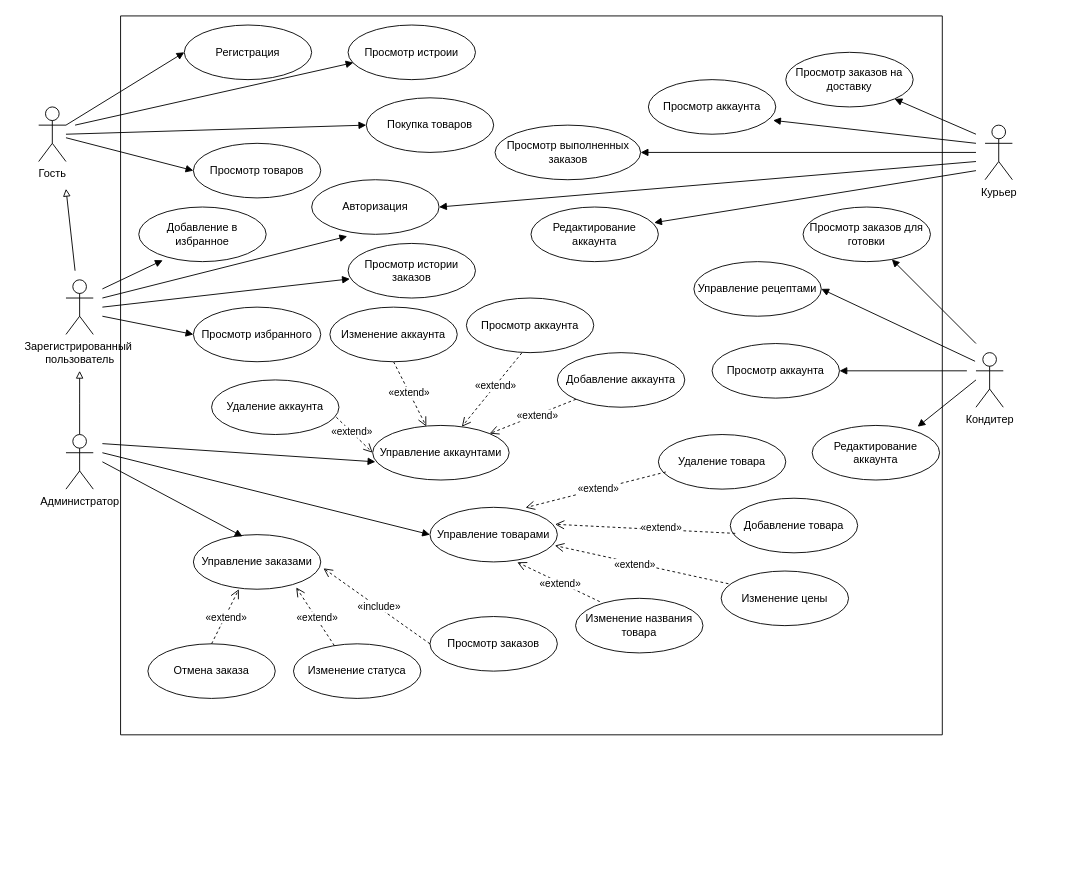
The draw.io diagram docs/diagrams/Диаграмма прецедентов.drawio in NikvaseN/degree-work, before the edit. Source tidied: cells renumbered, new cells numbered last; positions are measured from the earlier drawing's top-left corner, leaving out a move shared by most shapes. Both pictures are drawn from the tidied source at 91%, with x=0, y=0 at pixel (38, 15).
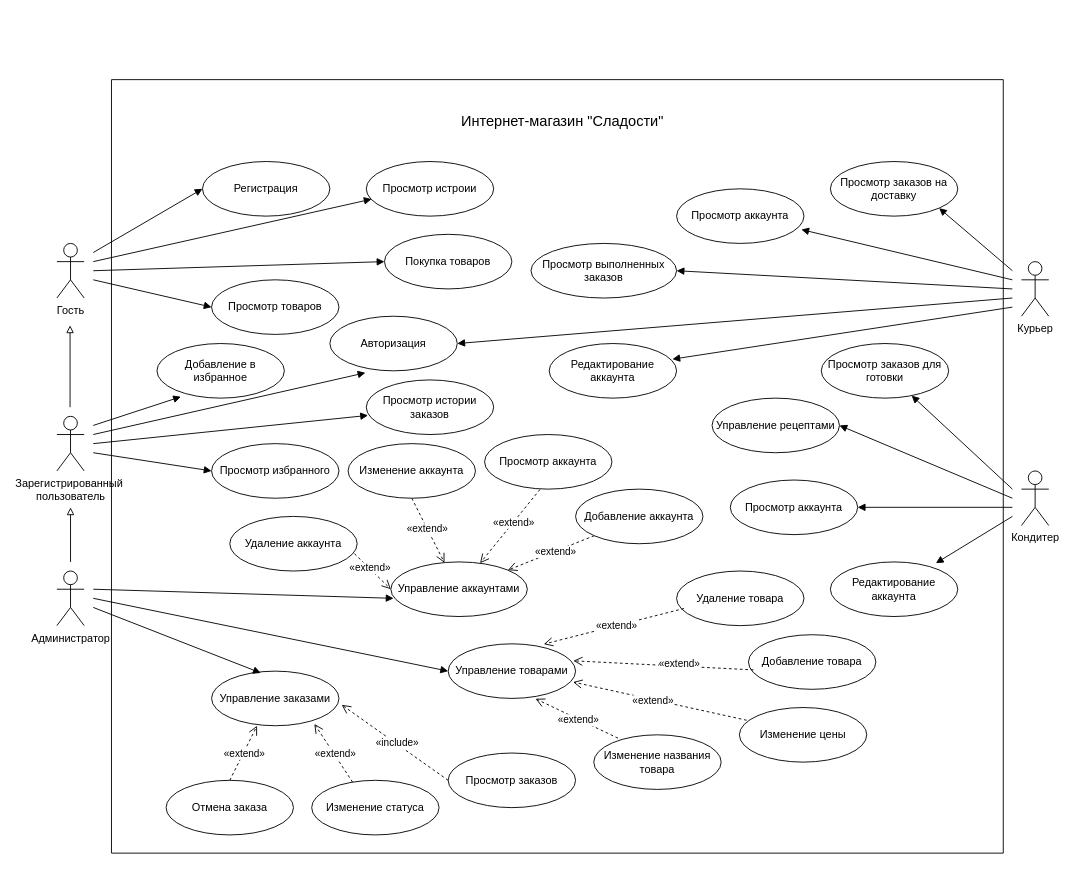
After the change.

What changed in the source:
```diff
@@
+    <mxCell id="19" style="swimlane;startSize=0;fontSize=14;" parent="1" vertex="1">
+      <mxGeometry x="80" y="70" width="980" height="850" as="geometry" />
+    </mxCell>
-    <mxCell id="2" value="Гость" style="shape=umlActor;verticalLabelPosition=bottom;verticalAlign=top;html=1;outlineConnect=0;" parent="1" vertex="1">
-      <mxGeometry y="100" width="30" height="60" as="geometry" />
+    <mxCell id="2" value="Гость" style="shape=umlActor;verticalLabelPosition=bottom;verticalAlign=top;html=1;outlineConnect=0;" parent="19" vertex="1">
+      <mxGeometry x="-60" y="180" width="30" height="60" as="geometry" />
     </mxCell>
-    <mxCell id="3" value="Зарегистрированный&amp;nbsp;&lt;br&gt;пользователь" style="shape=umlActor;verticalLabelPosition=bottom;verticalAlign=top;html=1;" parent="1" vertex="1">
-      <mxGeometry x="30" y="290" width="30" height="60" as="geometry" />
-    </mxCell>
-    <mxCell id="4" style="edgeStyle=orthogonalEdgeStyle;rounded=0;jettySize=auto;html=1;endArrow=block;endFill=0;" parent="1" edge="1" source="5">
+    <mxCell id="4" style="edgeStyle=orthogonalEdgeStyle;rounded=0;orthogonalLoop=1;jettySize=auto;html=1;endArrow=block;endFill=0;" parent="19" edge="1">
       <mxGeometry relative="1" as="geometry">
-        <mxPoint x="45" y="390" as="targetPoint" />
+        <mxPoint x="-45" y="530" as="sourcePoint" />
+        <mxPoint x="-45" y="470" as="targetPoint" />
       </mxGeometry>
     </mxCell>
-    <mxCell id="5" value="Администратор" style="shape=umlActor;verticalLabelPosition=bottom;verticalAlign=top;html=1;outlineConnect=0;" parent="1" vertex="1">
-      <mxGeometry x="30" y="460" width="30" height="60" as="geometry" />
-    </mxCell>
-    <mxCell id="6" style="endArrow=block;html=1;rounded=0;entryX=0;entryY=0.5;entryDx=0;entryDy=0;endFill=1;" parent="1" edge="1" target="51">
+    <mxCell id="6" style="endArrow=block;html=1;rounded=0;entryX=0;entryY=0.5;entryDx=0;entryDy=0;endFill=1;" parent="19" edge="1" target="51">
       <mxGeometry relative="1" as="geometry">
-        <mxPoint x="30" y="120" as="sourcePoint" />
+        <mxPoint x="-20" y="190" as="sourcePoint" />
       </mxGeometry>
     </mxCell>
-    <mxCell id="7" style="endArrow=block;html=1;rounded=0;entryX=0;entryY=0.5;entryDx=0;entryDy=0;endFill=1;" parent="1" edge="1" target="55">
+    <mxCell id="7" style="endArrow=block;html=1;rounded=0;entryX=0;entryY=0.5;entryDx=0;entryDy=0;endFill=1;" parent="19" edge="1" target="55">
       <mxGeometry relative="1" as="geometry">
-        <mxPoint x="70" y="330" as="sourcePoint" />
+        <mxPoint x="-20" y="410" as="sourcePoint" />
       </mxGeometry>
     </mxCell>
-    <mxCell id="8" style="endArrow=block;html=1;rounded=0;endFill=1;entryX=0;entryY=0.5;entryDx=0;entryDy=0;" parent="1" edge="1" source="2" target="50">
-      <mxGeometry relative="1" as="geometry" />
+    <mxCell id="8" style="endArrow=block;html=1;rounded=0;endFill=1;entryX=0;entryY=0.5;entryDx=0;entryDy=0;" parent="19" edge="1" target="50">
+      <mxGeometry relative="1" as="geometry">
+        <mxPoint x="-20" y="220" as="sourcePoint" />
+      </mxGeometry>
     </mxCell>
-    <mxCell id="9" style="endArrow=block;html=1;rounded=0;entryX=0;entryY=0.5;entryDx=0;entryDy=0;endFill=1;" parent="1" edge="1" target="49">
+    <mxCell id="9" style="endArrow=block;html=1;rounded=0;entryX=0;entryY=0.5;entryDx=0;entryDy=0;endFill=1;" parent="19" edge="1" target="49">
       <mxGeometry relative="1" as="geometry">
-        <mxPoint x="30" y="130" as="sourcePoint" />
+        <mxPoint x="-20" y="210" as="sourcePoint" />
       </mxGeometry>
     </mxCell>
-    <mxCell id="10" style="endArrow=block;html=1;rounded=0;entryX=0;entryY=0.5;entryDx=0;entryDy=0;endFill=1;" parent="1" edge="1" target="24">
+    <mxCell id="10" style="endArrow=block;html=1;rounded=0;entryX=0;entryY=0.5;entryDx=0;entryDy=0;endFill=1;" parent="19" edge="1" target="24">
       <mxGeometry relative="1" as="geometry">
-        <mxPoint x="70" y="480" as="sourcePoint" />
+        <mxPoint x="-20" y="570" as="sourcePoint" />
       </mxGeometry>
     </mxCell>
-    <mxCell id="11" value="Управление аккаунтами" style="ellipse;whiteSpace=wrap;html=1;" parent="1" vertex="1">
-      <mxGeometry x="367" y="450" width="150" height="60" as="geometry" />
+    <mxCell id="11" value="Управление аккаунтами" style="ellipse;whiteSpace=wrap;html=1;" parent="19" vertex="1">
+      <mxGeometry x="307" y="530" width="150" height="60" as="geometry" />
     </mxCell>
-    <mxCell id="12" style="html=1;verticalAlign=bottom;endArrow=open;dashed=1;endSize=8;rounded=0;exitX=0;exitY=1;exitDx=0;exitDy=0;" parent="1" edge="1" source="22" target="11">
+    <mxCell id="12" style="html=1;verticalAlign=bottom;endArrow=open;dashed=1;endSize=8;rounded=0;exitX=0;exitY=1;exitDx=0;exitDy=0;" parent="19" edge="1" source="22" target="11">
       <mxGeometry relative="1" as="geometry" />
     </mxCell>
@@
-    <mxCell id="14" style="html=1;verticalAlign=bottom;endArrow=open;dashed=1;endSize=8;rounded=0;exitX=0.5;exitY=1;exitDx=0;exitDy=0;entryX=0.393;entryY=0.017;entryDx=0;entryDy=0;entryPerimeter=0;" parent="1" edge="1" source="21" target="11">
+    <mxCell id="14" style="html=1;verticalAlign=bottom;endArrow=open;dashed=1;endSize=8;rounded=0;exitX=0.5;exitY=1;exitDx=0;exitDy=0;entryX=0.393;entryY=0.017;entryDx=0;entryDy=0;entryPerimeter=0;" parent="19" edge="1" source="21" target="11">
       <mxGeometry relative="1" as="geometry" />
     </mxCell>
@@
-    <mxCell id="16" style="html=1;verticalAlign=bottom;endArrow=open;dashed=1;endSize=8;rounded=0;exitX=0.979;exitY=0.683;exitDx=0;exitDy=0;entryX=0;entryY=0.5;entryDx=0;entryDy=0;exitPerimeter=0;" parent="1" edge="1" source="20" target="11">
+    <mxCell id="16" style="html=1;verticalAlign=bottom;endArrow=open;dashed=1;endSize=8;rounded=0;exitX=0.979;exitY=0.683;exitDx=0;exitDy=0;entryX=0;entryY=0.5;entryDx=0;entryDy=0;exitPerimeter=0;" parent="19" edge="1" source="20" target="11">
       <mxGeometry relative="1" as="geometry" />
     </mxCell>
@@
-    <mxCell id="18" style="endArrow=block;html=1;rounded=0;endFill=1;" parent="1" edge="1">
+    <mxCell id="18" style="endArrow=block;html=1;rounded=0;endFill=1;" parent="19" edge="1">
       <mxGeometry relative="1" as="geometry">
-        <mxPoint x="70" y="470" as="sourcePoint" />
-        <mxPoint x="370" y="490" as="targetPoint" />
+        <mxPoint x="-20" y="560" as="sourcePoint" />
+        <mxPoint x="310" y="570" as="targetPoint" />
       </mxGeometry>
     </mxCell>
-    <mxCell id="19" style="swimlane;startSize=0;" parent="1" vertex="1">
-      <mxGeometry x="90" width="903" height="790" as="geometry" />
-    </mxCell>
     <mxCell id="20" value="Удаление аккаунта" style="ellipse;whiteSpace=wrap;html=1;" parent="19" vertex="1">
-      <mxGeometry x="100" y="400" width="140" height="60" as="geometry" />
+      <mxGeometry x="130" y="480" width="140" height="60" as="geometry" />
     </mxCell>
     <mxCell id="21" value="Изменение аккаунта" style="ellipse;whiteSpace=wrap;html=1;" parent="19" vertex="1">
-      <mxGeometry x="230" y="320" width="140" height="60" as="geometry" />
+      <mxGeometry x="260" y="400" width="140" height="60" as="geometry" />
     </mxCell>
     <mxCell id="22" value="Добавление аккаунта" style="ellipse;whiteSpace=wrap;html=1;" parent="19" vertex="1">
-      <mxGeometry x="480" y="370" width="140" height="60" as="geometry" />
+      <mxGeometry x="510" y="450" width="140" height="60" as="geometry" />
     </mxCell>
     <mxCell id="23" value="Просмотр аккаунта" style="ellipse;whiteSpace=wrap;html=1;" parent="19" vertex="1">
-      <mxGeometry x="380" y="310" width="140" height="60" as="geometry" />
+      <mxGeometry x="410" y="390" width="140" height="60" as="geometry" />
     </mxCell>
     <mxCell id="24" value="Управление товарами" style="ellipse;whiteSpace=wrap;html=1;" parent="19" vertex="1">
-      <mxGeometry x="340" y="540" width="140" height="60" as="geometry" />
+      <mxGeometry x="370" y="620" width="140" height="60" as="geometry" />
     </mxCell>
     <mxCell id="25" value="Добавление товара" style="ellipse;whiteSpace=wrap;html=1;" parent="19" vertex="1">
-      <mxGeometry x="670" y="530" width="140" height="60" as="geometry" />
+      <mxGeometry x="700" y="610" width="140" height="60" as="geometry" />
     </mxCell>
     <mxCell id="26" value="Изменение цены" style="ellipse;whiteSpace=wrap;html=1;" parent="19" vertex="1">
-      <mxGeometry x="660" y="610" width="140" height="60" as="geometry" />
+      <mxGeometry x="690" y="690" width="140" height="60" as="geometry" />
     </mxCell>
     <mxCell id="27" value="Изменение названия товара" style="ellipse;whiteSpace=wrap;html=1;" parent="19" vertex="1">
-      <mxGeometry x="500" y="640" width="140" height="60" as="geometry" />
+      <mxGeometry x="530" y="720" width="140" height="60" as="geometry" />
     </mxCell>
     <mxCell id="28" value="Удаление товара" style="ellipse;whiteSpace=wrap;html=1;" parent="19" vertex="1">
-      <mxGeometry x="591" y="460" width="140" height="60" as="geometry" />
+      <mxGeometry x="621" y="540" width="140" height="60" as="geometry" />
     </mxCell>
@@
     <mxCell id="37" value="Просмотр заказов на доставку" style="ellipse;whiteSpace=wrap;html=1;" parent="19" vertex="1">
-      <mxGeometry x="731" y="40" width="140" height="60" as="geometry" />
+      <mxGeometry x="790" y="90" width="140" height="60" as="geometry" />
     </mxCell>
     <mxCell id="38" value="Управление заказами" style="ellipse;whiteSpace=wrap;html=1;" parent="19" vertex="1">
-      <mxGeometry x="80" y="570" width="140" height="60" as="geometry" />
+      <mxGeometry x="110" y="650" width="140" height="60" as="geometry" />
     </mxCell>
     <mxCell id="39" value="Отмена заказа" style="ellipse;whiteSpace=wrap;html=1;" parent="19" vertex="1">
-      <mxGeometry x="30" y="690" width="140" height="60" as="geometry" />
+      <mxGeometry x="60" y="770" width="140" height="60" as="geometry" />
     </mxCell>
@@
     <mxCell id="42" value="Изменение статуса" style="ellipse;whiteSpace=wrap;html=1;" parent="19" vertex="1">
-      <mxGeometry x="190" y="690" width="140" height="60" as="geometry" />
+      <mxGeometry x="220" y="770" width="140" height="60" as="geometry" />
     </mxCell>
@@
     <mxCell id="45" value="Просмотр заказов" style="ellipse;whiteSpace=wrap;html=1;" parent="19" vertex="1">
-      <mxGeometry x="340" y="660" width="140" height="60" as="geometry" />
+      <mxGeometry x="370" y="740" width="140" height="60" as="geometry" />
     </mxCell>
@@
     <mxCell id="48" value="Просмотр истории заказов" style="ellipse;whiteSpace=wrap;html=1;" parent="19" vertex="1">
-      <mxGeometry x="250" y="250" width="140" height="60" as="geometry" />
+      <mxGeometry x="280" y="330" width="140" height="60" as="geometry" />
     </mxCell>
     <mxCell id="49" value="Покупка товаров" style="ellipse;whiteSpace=wrap;html=1;" parent="19" vertex="1">
-      <mxGeometry x="270" y="90" width="140" height="60" as="geometry" />
+      <mxGeometry x="300" y="170" width="140" height="60" as="geometry" />
     </mxCell>
     <mxCell id="50" value="Просмотр товаров" style="ellipse;whiteSpace=wrap;html=1;" parent="19" vertex="1">
-      <mxGeometry x="80" y="140" width="140" height="60" as="geometry" />
+      <mxGeometry x="110" y="220" width="140" height="60" as="geometry" />
     </mxCell>
     <mxCell id="51" value="Регистрация" style="ellipse;whiteSpace=wrap;html=1;" parent="19" vertex="1">
-      <mxGeometry x="70" y="10" width="140" height="60" as="geometry" />
+      <mxGeometry x="100" y="90" width="140" height="60" as="geometry" />
     </mxCell>
     <mxCell id="52" value="Добавление в избранное" style="ellipse;whiteSpace=wrap;html=1;" parent="19" vertex="1">
-      <mxGeometry x="20" y="210" width="140" height="60" as="geometry" />
+      <mxGeometry x="50" y="290" width="140" height="60" as="geometry" />
     </mxCell>
     <mxCell id="53" value="Авторизация" style="ellipse;whiteSpace=wrap;html=1;" parent="19" vertex="1">
-      <mxGeometry x="210" y="180" width="140" height="60" as="geometry" />
+      <mxGeometry x="240" y="260" width="140" height="60" as="geometry" />
     </mxCell>
     <mxCell id="54" value="Просмотр аккаунта" style="ellipse;whiteSpace=wrap;html=1;" parent="19" vertex="1">
-      <mxGeometry x="580" y="70" width="140" height="60" as="geometry" />
+      <mxGeometry x="621" y="120" width="140" height="60" as="geometry" />
     </mxCell>
     <mxCell id="55" value="Просмотр избранного" style="ellipse;whiteSpace=wrap;html=1;" parent="19" vertex="1">
-      <mxGeometry x="80" y="320" width="140" height="60" as="geometry" />
+      <mxGeometry x="110" y="400" width="140" height="60" as="geometry" />
     </mxCell>
     <mxCell id="56" value="Просмотр выполненных заказов" style="ellipse;whiteSpace=wrap;html=1;" parent="19" vertex="1">
-      <mxGeometry x="411.5" y="120" width="160" height="60" as="geometry" />
+      <mxGeometry x="461" y="180" width="160" height="60" as="geometry" />
     </mxCell>
     <mxCell id="57" style="endArrow=block;html=1;rounded=0;entryX=1;entryY=0.5;entryDx=0;entryDy=0;endFill=1;" parent="19" edge="1" target="53">
       <mxGeometry relative="1" as="geometry">
-        <mxPoint x="940" y="160" as="sourcePoint" />
+        <mxPoint x="990" y="240" as="sourcePoint" />
       </mxGeometry>
     </mxCell>
     <mxCell id="58" style="endArrow=block;html=1;rounded=0;entryX=1;entryY=0.5;entryDx=0;entryDy=0;endFill=1;" parent="19" edge="1" target="56">
       <mxGeometry relative="1" as="geometry">
-        <mxPoint x="940" y="150" as="sourcePoint" />
+        <mxPoint x="990" y="230" as="sourcePoint" />
       </mxGeometry>
     </mxCell>
     <mxCell id="59" style="endArrow=block;html=1;rounded=0;entryX=0.979;entryY=0.746;entryDx=0;entryDy=0;endFill=1;entryPerimeter=0;" parent="19" edge="1" target="54">
       <mxGeometry relative="1" as="geometry">
-        <mxPoint x="940" y="140" as="sourcePoint" />
+        <mxPoint x="990" y="220" as="sourcePoint" />
       </mxGeometry>
     </mxCell>
     <mxCell id="60" style="endArrow=block;html=1;rounded=0;entryX=1;entryY=1;entryDx=0;entryDy=0;endFill=1;" parent="19" edge="1" target="37">
       <mxGeometry relative="1" as="geometry">
-        <mxPoint x="940" y="130" as="sourcePoint" />
+        <mxPoint x="990" y="210" as="sourcePoint" />
       </mxGeometry>
     </mxCell>
     <mxCell id="61" value="Просмотр истроии" style="ellipse;whiteSpace=wrap;html=1;" parent="19" vertex="1">
-      <mxGeometry x="250" y="10" width="140" height="60" as="geometry" />
+      <mxGeometry x="280" y="90" width="140" height="60" as="geometry" />
     </mxCell>
     <mxCell id="62" value="Редактирование аккаунта" style="ellipse;whiteSpace=wrap;html=1;" parent="19" vertex="1">
-      <mxGeometry x="451" y="210" width="140" height="60" as="geometry" />
+      <mxGeometry x="481" y="290" width="140" height="60" as="geometry" />
     </mxCell>
     <mxCell id="63" value="Просмотр заказов для готовки" style="ellipse;whiteSpace=wrap;html=1;" parent="19" vertex="1">
-      <mxGeometry x="750" y="210" width="140" height="60" as="geometry" />
+      <mxGeometry x="780" y="290" width="140" height="60" as="geometry" />
     </mxCell>
     <mxCell id="64" value="Управление рецептами" style="ellipse;whiteSpace=wrap;html=1;" parent="19" vertex="1">
-      <mxGeometry x="630" y="270" width="140" height="60" as="geometry" />
+      <mxGeometry x="660" y="350" width="140" height="60" as="geometry" />
     </mxCell>
     <mxCell id="65" value="Редактирование аккаунта" style="ellipse;whiteSpace=wrap;html=1;" parent="19" vertex="1">
-      <mxGeometry x="760" y="450" width="140" height="60" as="geometry" />
+      <mxGeometry x="790" y="530" width="140" height="60" as="geometry" />
     </mxCell>
     <mxCell id="66" value="Просмотр аккаунта" style="ellipse;whiteSpace=wrap;html=1;" parent="19" vertex="1">
-      <mxGeometry x="650" y="360" width="140" height="60" as="geometry" />
+      <mxGeometry x="680" y="440" width="140" height="60" as="geometry" />
     </mxCell>
-    <mxCell id="67" style="endArrow=block;html=1;rounded=0;endFill=0;" parent="1" edge="1">
-      <mxGeometry relative="1" as="geometry">
-        <mxPoint x="40" y="280" as="sourcePoint" />
-        <mxPoint x="30" y="190" as="targetPoint" />
-      </mxGeometry>
-    </mxCell>
-    <mxCell id="68" style="html=1;verticalAlign=bottom;endArrow=open;dashed=1;endSize=8;rounded=0;exitX=0.435;exitY=1.006;exitDx=0;exitDy=0;exitPerimeter=0;" parent="1" edge="1" source="23" target="11">
+    <mxCell id="68" style="html=1;verticalAlign=bottom;endArrow=open;dashed=1;endSize=8;rounded=0;exitX=0.435;exitY=1.006;exitDx=0;exitDy=0;exitPerimeter=0;" parent="19" edge="1" source="23" target="11">
       <mxGeometry relative="1" as="geometry" />
     </mxCell>
@@
-    <mxCell id="70" style="endArrow=block;html=1;rounded=0;entryX=0.386;entryY=0.033;entryDx=0;entryDy=0;endFill=1;entryPerimeter=0;" parent="1" edge="1" target="38">
+    <mxCell id="70" style="endArrow=block;html=1;rounded=0;entryX=0.386;entryY=0.033;entryDx=0;entryDy=0;endFill=1;entryPerimeter=0;" parent="19" edge="1" target="38">
       <mxGeometry relative="1" as="geometry">
-        <mxPoint x="70" y="490" as="sourcePoint" />
+        <mxPoint x="-20" y="580" as="sourcePoint" />
       </mxGeometry>
     </mxCell>
-    <mxCell id="71" style="endArrow=block;html=1;rounded=0;entryX=0.014;entryY=0.65;entryDx=0;entryDy=0;endFill=1;entryPerimeter=0;" parent="1" edge="1" target="48">
+    <mxCell id="71" style="endArrow=block;html=1;rounded=0;entryX=0.014;entryY=0.65;entryDx=0;entryDy=0;endFill=1;entryPerimeter=0;" parent="19" edge="1" target="48">
       <mxGeometry relative="1" as="geometry">
-        <mxPoint x="70" y="320" as="sourcePoint" />
+        <mxPoint x="-20" y="400" as="sourcePoint" />
       </mxGeometry>
     </mxCell>
-    <mxCell id="72" style="endArrow=block;html=1;rounded=0;entryX=0.188;entryY=0.975;entryDx=0;entryDy=0;endFill=1;entryPerimeter=0;" parent="1" edge="1" target="52">
+    <mxCell id="72" style="endArrow=block;html=1;rounded=0;entryX=0.188;entryY=0.975;entryDx=0;entryDy=0;endFill=1;entryPerimeter=0;" parent="19" edge="1" target="52">
       <mxGeometry relative="1" as="geometry">
-        <mxPoint x="70" y="300" as="sourcePoint" />
+        <mxPoint x="-20" y="380" as="sourcePoint" />
       </mxGeometry>
     </mxCell>
-    <mxCell id="73" style="endArrow=block;html=1;rounded=0;entryX=0.279;entryY=1.036;entryDx=0;entryDy=0;endFill=1;entryPerimeter=0;" parent="1" edge="1" target="53">
+    <mxCell id="73" style="endArrow=block;html=1;rounded=0;entryX=0.279;entryY=1.036;entryDx=0;entryDy=0;endFill=1;entryPerimeter=0;" parent="19" edge="1" target="53">
       <mxGeometry relative="1" as="geometry">
-        <mxPoint x="70" y="310" as="sourcePoint" />
+        <mxPoint x="-20" y="390" as="sourcePoint" />
       </mxGeometry>
     </mxCell>
-    <mxCell id="74" value="Курьер" style="shape=umlActor;verticalLabelPosition=bottom;verticalAlign=top;html=1;" parent="1" vertex="1">
-      <mxGeometry x="1040" y="120" width="30" height="60" as="geometry" />
-    </mxCell>
-    <mxCell id="75" style="endArrow=block;html=1;rounded=0;entryX=0.042;entryY=0.689;entryDx=0;entryDy=0;endFill=1;entryPerimeter=0;" parent="1" edge="1" target="61">
+    <mxCell id="75" style="endArrow=block;html=1;rounded=0;entryX=0.042;entryY=0.689;entryDx=0;entryDy=0;endFill=1;entryPerimeter=0;" parent="19" edge="1" target="61">
       <mxGeometry relative="1" as="geometry">
-        <mxPoint x="40" y="120" as="sourcePoint" />
+        <mxPoint x="-20" y="200" as="sourcePoint" />
       </mxGeometry>
     </mxCell>
-    <mxCell id="76" style="endArrow=block;html=1;rounded=0;entryX=0.967;entryY=0.287;entryDx=0;entryDy=0;endFill=1;entryPerimeter=0;" parent="1" edge="1" target="62">
+    <mxCell id="76" style="endArrow=block;html=1;rounded=0;entryX=0.967;entryY=0.287;entryDx=0;entryDy=0;endFill=1;entryPerimeter=0;" parent="19" edge="1" target="62">
       <mxGeometry relative="1" as="geometry">
-        <mxPoint x="1030" y="170" as="sourcePoint" />
+        <mxPoint x="990" y="250" as="sourcePoint" />
       </mxGeometry>
     </mxCell>
-    <mxCell id="77" value="Кондитер" style="shape=umlActor;verticalLabelPosition=bottom;verticalAlign=top;html=1;" parent="1" vertex="1">
-      <mxGeometry x="1030" y="370" width="30" height="60" as="geometry" />
-    </mxCell>
-    <mxCell id="78" style="endArrow=block;html=1;rounded=0;endFill=1;" parent="1" edge="1" target="63">
+    <mxCell id="78" style="endArrow=block;html=1;rounded=0;endFill=1;" parent="19" edge="1" target="63">
       <mxGeometry relative="1" as="geometry">
-        <mxPoint x="1030" y="360" as="sourcePoint" />
+        <mxPoint x="990" y="450" as="sourcePoint" />
       </mxGeometry>
     </mxCell>
-    <mxCell id="79" style="endArrow=block;html=1;rounded=0;endFill=1;entryX=1;entryY=0.5;entryDx=0;entryDy=0;" parent="1" edge="1" target="64">
+    <mxCell id="79" style="endArrow=block;html=1;rounded=0;endFill=1;entryX=1;entryY=0.5;entryDx=0;entryDy=0;" parent="19" edge="1" target="64">
       <mxGeometry relative="1" as="geometry">
-        <mxPoint x="1029" y="379.5" as="sourcePoint" />
+        <mxPoint x="990" y="460" as="sourcePoint" />
       </mxGeometry>
     </mxCell>
-    <mxCell id="80" style="endArrow=block;html=1;rounded=0;endFill=1;entryX=1;entryY=0.5;entryDx=0;entryDy=0;" parent="1" edge="1" target="66">
+    <mxCell id="80" style="endArrow=block;html=1;rounded=0;endFill=1;entryX=1;entryY=0.5;entryDx=0;entryDy=0;" parent="19" edge="1" target="66">
       <mxGeometry relative="1" as="geometry">
-        <mxPoint x="1020" y="390" as="sourcePoint" />
+        <mxPoint x="990" y="470" as="sourcePoint" />
       </mxGeometry>
     </mxCell>
-    <mxCell id="81" style="endArrow=block;html=1;rounded=0;endFill=1;entryX=0.828;entryY=0.023;entryDx=0;entryDy=0;entryPerimeter=0;" parent="1" edge="1" target="65">
+    <mxCell id="81" style="endArrow=block;html=1;rounded=0;endFill=1;entryX=0.828;entryY=0.023;entryDx=0;entryDy=0;entryPerimeter=0;" parent="19" edge="1" target="65">
       <mxGeometry relative="1" as="geometry">
-        <mxPoint x="1030" y="400" as="sourcePoint" />
+        <mxPoint x="990" y="480" as="sourcePoint" />
       </mxGeometry>
     </mxCell>
+    <mxCell id="82" value="Интернет-магазин &quot;Сладости&quot;&amp;nbsp;" style="text;strokeColor=none;align=center;fillColor=none;html=1;verticalAlign=middle;whiteSpace=wrap;rounded=0;fontSize=16;" parent="19" vertex="1">
+      <mxGeometry x="353" y="30" width="290" height="30" as="geometry" />
+    </mxCell>
+    <mxCell id="77" value="Кондитер" style="shape=umlActor;verticalLabelPosition=bottom;verticalAlign=top;html=1;" parent="1" vertex="1">
+      <mxGeometry x="1080" y="500" width="30" height="60" as="geometry" />
+    </mxCell>
+    <mxCell id="74" value="Курьер" style="shape=umlActor;verticalLabelPosition=bottom;verticalAlign=top;html=1;" parent="1" vertex="1">
+      <mxGeometry x="1080" y="270" width="30" height="60" as="geometry" />
+    </mxCell>
+    <mxCell id="5" value="Администратор" style="shape=umlActor;verticalLabelPosition=bottom;verticalAlign=top;html=1;outlineConnect=0;" parent="1" vertex="1">
+      <mxGeometry x="20" y="610" width="30" height="60" as="geometry" />
+    </mxCell>
+    <mxCell id="3" value="Зарегистрированный&amp;nbsp;&lt;br&gt;пользователь" style="shape=umlActor;verticalLabelPosition=bottom;verticalAlign=top;html=1;" parent="1" vertex="1">
+      <mxGeometry x="20" y="440" width="30" height="60" as="geometry" />
+    </mxCell>
+    <mxCell id="67" style="endArrow=block;html=1;rounded=0;endFill=0;" parent="1" edge="1">
+      <mxGeometry relative="1" as="geometry">
+        <mxPoint x="34.5" y="430" as="sourcePoint" />
+        <mxPoint x="34.5" y="340" as="targetPoint" />
+      </mxGeometry>
+    </mxCell>
```
